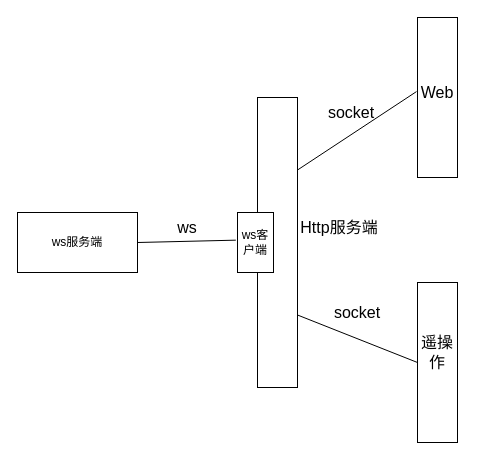
This is teleop.drawio from zyyilotworking/project_data, a draw.io file, before an edit. Source tidied: cells renumbered, new cells numbered last; positions are measured from the earlier drawing's top-left corner, leaving out a move shared by most shapes. Both pictures are drawn from the tidied source at 100%, with x=0, y=0 at pixel (17, 17).
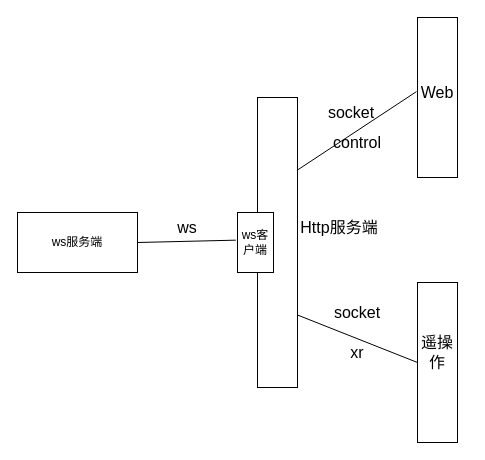
The same page after the edit.

Diff of the diagram source:
```diff
@@
 <mxGraphModel>
   <root>
     <mxCell id="0" />
     <mxCell id="1" parent="0" />
     <mxCell id="2" style="rounded=0;whiteSpace=wrap;html=1;" parent="1" vertex="1">
       <mxGeometry x="240" y="80" width="40" height="290" as="geometry" />
     </mxCell>
     <mxCell id="3" style="rounded=0;whiteSpace=wrap;html=1;" parent="1" vertex="1">
       <mxGeometry x="400" width="40" height="160" as="geometry" />
     </mxCell>
     <mxCell id="4" style="endArrow=none;html=1;rounded=0;exitX=1;exitY=0.25;exitDx=0;exitDy=0;entryX=-0.025;entryY=0.463;entryDx=0;entryDy=0;entryPerimeter=0;" parent="1" edge="1" source="2" target="3">
       <mxGeometry relative="1" as="geometry" />
     </mxCell>
     <mxCell id="5" style="rounded=0;whiteSpace=wrap;html=1;" parent="1" vertex="1">
       <mxGeometry x="400" y="265" width="40" height="160" as="geometry" />
     </mxCell>
     <mxCell id="6" style="endArrow=none;html=1;rounded=0;exitX=1;exitY=0.75;exitDx=0;exitDy=0;entryX=0;entryY=0.5;entryDx=0;entryDy=0;" parent="1" edge="1" source="2" target="5">
       <mxGeometry relative="1" as="geometry" />
     </mxCell>
     <mxCell id="7" value="&lt;font style=&quot;font-size: 16px;&quot;&gt;socket&lt;/font&gt;" style="text;html=1;whiteSpace=wrap;strokeColor=none;fillColor=none;align=center;verticalAlign=middle;rounded=0;" parent="1" vertex="1">
       <mxGeometry x="304" y="80" width="60" height="30" as="geometry" />
     </mxCell>
     <mxCell id="8" value="&lt;font style=&quot;font-size: 16px;&quot;&gt;socket&lt;/font&gt;" style="text;html=1;whiteSpace=wrap;strokeColor=none;fillColor=none;align=center;verticalAlign=middle;rounded=0;" parent="1" vertex="1">
       <mxGeometry x="310" y="280" width="60" height="30" as="geometry" />
     </mxCell>
     <mxCell id="9" value="&lt;font style=&quot;font-size: 16px;&quot;&gt;Web&lt;/font&gt;" style="text;html=1;whiteSpace=wrap;strokeColor=none;fillColor=none;align=center;verticalAlign=middle;rounded=0;" parent="1" vertex="1">
       <mxGeometry x="390" y="60" width="60" height="30" as="geometry" />
     </mxCell>
     <mxCell id="10" value="&lt;div&gt;&lt;span style=&quot;font-size: 16px; background-color: transparent; color: light-dark(rgb(0, 0, 0), rgb(255, 255, 255));&quot;&gt;遥操&lt;/span&gt;&lt;/div&gt;&lt;div&gt;&lt;span style=&quot;font-size: 16px; background-color: transparent; color: light-dark(rgb(0, 0, 0), rgb(255, 255, 255));&quot;&gt;作&lt;/span&gt;&lt;/div&gt;" style="text;html=1;whiteSpace=wrap;strokeColor=none;fillColor=none;align=center;verticalAlign=middle;rounded=0;" parent="1" vertex="1">
       <mxGeometry x="400" y="300" width="40" height="70" as="geometry" />
     </mxCell>
     <mxCell id="11" value="ws服务端" style="rounded=0;whiteSpace=wrap;html=1;" parent="1" vertex="1">
       <mxGeometry y="195" width="120" height="60" as="geometry" />
     </mxCell>
     <mxCell id="12" style="endArrow=none;html=1;rounded=0;exitX=1;exitY=0.5;exitDx=0;exitDy=0;entryX=-0.046;entryY=0.461;entryDx=0;entryDy=0;entryPerimeter=0;" parent="1" edge="1" source="11" target="15">
       <mxGeometry relative="1" as="geometry" />
     </mxCell>
     <mxCell id="13" value="&lt;font style=&quot;font-size: 16px;&quot;&gt;Http服务端&lt;/font&gt;" style="text;html=1;whiteSpace=wrap;strokeColor=none;fillColor=none;align=center;verticalAlign=middle;rounded=0;" parent="1" vertex="1">
       <mxGeometry x="274" y="195" width="96" height="30" as="geometry" />
     </mxCell>
     <mxCell id="14" value="&lt;font style=&quot;font-size: 16px;&quot;&gt;ws&lt;/font&gt;" style="text;html=1;whiteSpace=wrap;strokeColor=none;fillColor=none;align=center;verticalAlign=middle;rounded=0;" parent="1" vertex="1">
       <mxGeometry x="140" y="200" width="60" height="20" as="geometry" />
     </mxCell>
     <mxCell id="15" value="ws客户端" style="rounded=0;whiteSpace=wrap;html=1;" parent="1" vertex="1">
       <mxGeometry x="220" y="195" width="36" height="60" as="geometry" />
     </mxCell>
+    <mxCell id="16" value="&lt;span style=&quot;font-size: 16px;&quot;&gt;xr&lt;/span&gt;" style="text;html=1;whiteSpace=wrap;strokeColor=none;fillColor=none;align=center;verticalAlign=middle;rounded=0;" parent="1" vertex="1">
+      <mxGeometry x="310" y="320" width="60" height="30" as="geometry" />
+    </mxCell>
+    <mxCell id="17" value="&lt;font style=&quot;font-size: 16px;&quot;&gt;control&lt;/font&gt;" style="text;html=1;whiteSpace=wrap;strokeColor=none;fillColor=none;align=center;verticalAlign=middle;rounded=0;" parent="1" vertex="1">
+      <mxGeometry x="310" y="110" width="60" height="30" as="geometry" />
+    </mxCell>
   </root>
 </mxGraphModel>
```
